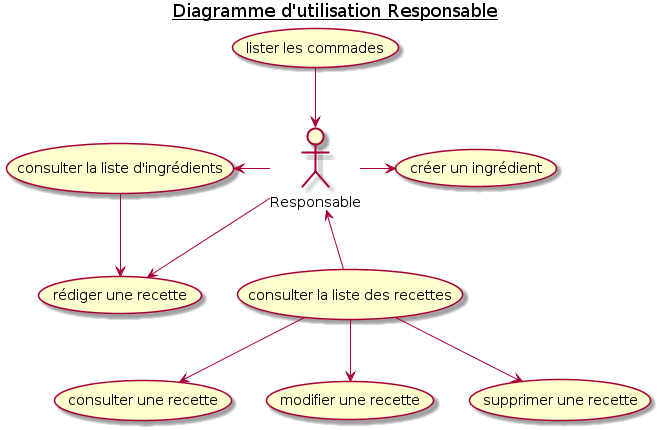
This is doc/img/2_Responsable_UseCaseDiagram.png from Zepmanbc/oc_dapython_pr4, a PlantUML export, as it was before one commit.
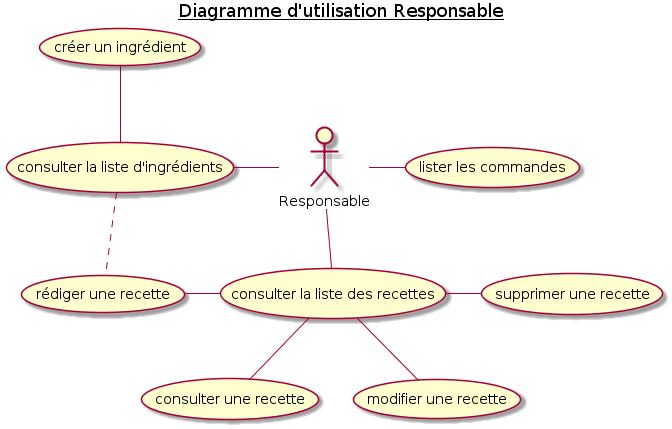
After the commit.

Diff of the diagram source:
```diff
@@ -4,7 +4,7 @@
 
 actor Responsable as RESP
 
-    (lister les commades) AS LIST_CMD
+    (lister les commandes) AS LIST_CMD
 
     (rédiger une recette) AS CREATE_RECIPE
     (consulter la liste des recettes) AS LIST_RECIPE
@@ -15,16 +15,15 @@
     (créer un ingrédient) AS CREATE_ITEM
     (consulter la liste d'ingrédients) AS LIST_ITEM
 
-RESP <-u- LIST_CMD
+RESP - LIST_CMD
 
-RESP --> CREATE_RECIPE
-RESP <-- LIST_RECIPE
-LIST_RECIPE --> MODIFY_RECIPE
-LIST_RECIPE --> SHOW_RECIPE
-LIST_RECIPE --> DEL_RECIPE
-
-RESP -r-> CREATE_ITEM
-RESP -l-> LIST_ITEM
-LIST_ITEM --> CREATE_RECIPE
+RESP -- LIST_RECIPE
+LIST_RECIPE -- MODIFY_RECIPE
+LIST_RECIPE -- SHOW_RECIPE
+LIST_RECIPE - DEL_RECIPE
+CREATE_RECIPE - LIST_RECIPE
+CREATE_ITEM -- LIST_ITEM
+RESP -l- LIST_ITEM
+LIST_ITEM .. CREATE_RECIPE
 
 @enduml
```
